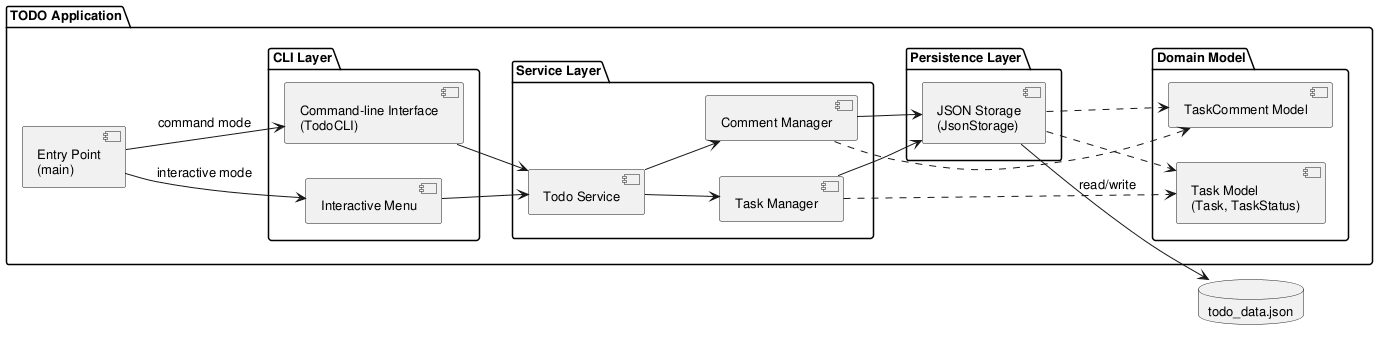
Before: experiments/pipeline/structured_text/TODO/artifacts/component_diagram.png, a diagram exported from PlantUML (DanielRiha8906/Software_autoevolution_using_agents).
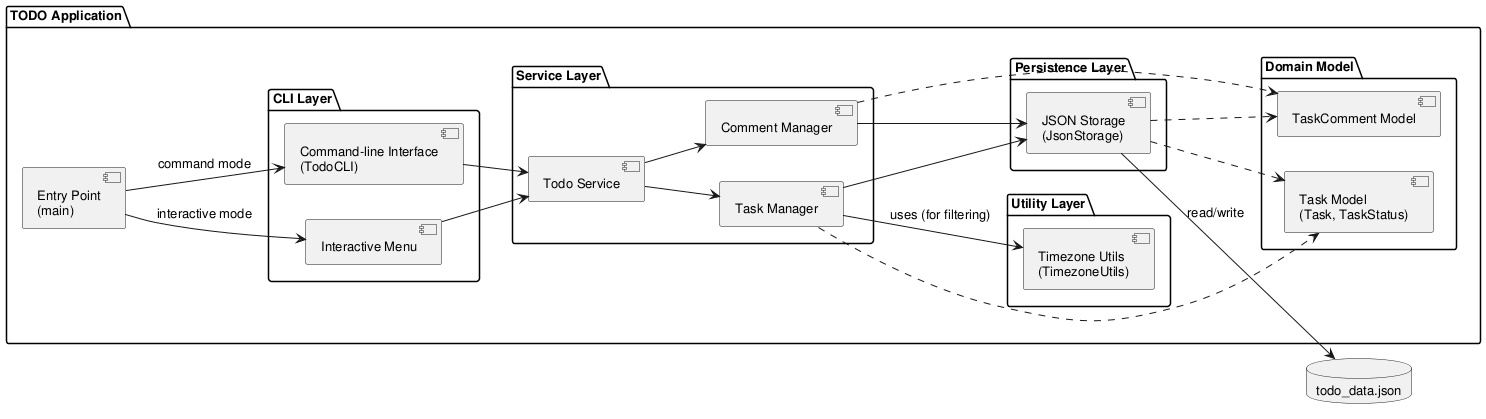
Later version of the same file.

What changed in the source:
```diff
@@ -28,6 +28,10 @@
     package "Persistence Layer" {
         component "JSON Storage\n(JsonStorage)" as Storage
     }
+
+    package "Utility Layer" {
+        component "Timezone Utils\n(TimezoneUtils)" as TZ
+    }
 }
 
 database "todo_data.json" as DB
@@ -42,6 +46,7 @@
 SVC --> CMT
 MGR --> Storage
 CMT --> Storage
+MGR --> TZ : uses (for filtering)
 MGR ..> Model
 CMT ..> CMTModel
 Storage ..> Model
```
